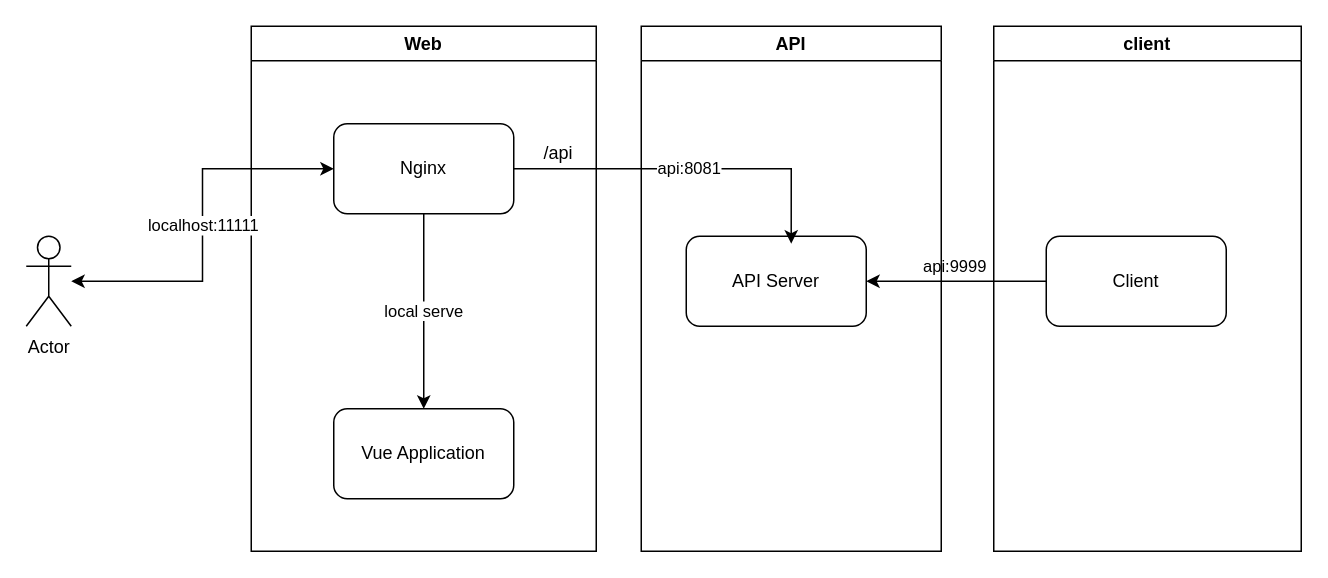
Earlier version of the draw.io diagram page "micro" (4 of 4) of docs/Demo Diagram.drawio (TheDarkTrumpet/docker-tcp-with-go). Source tidied: cells renumbered, new cells numbered last; positions are measured from the earlier drawing's top-left corner, leaving out a move shared by most shapes. Both pictures are drawn from the tidied source at 150%, with x=0, y=0 at pixel (26, 26).
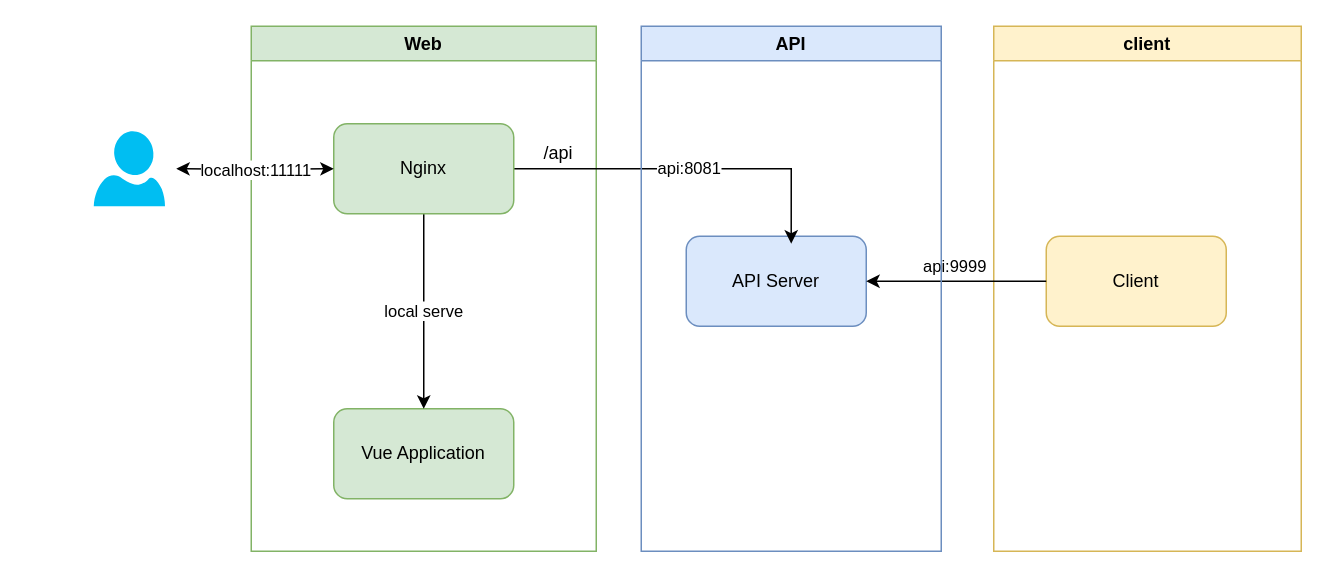
The same diagram, later.

Change to the diagram source:
```diff
@@
 <mxGraphModel>
   <root>
     <mxCell id="0" />
     <mxCell id="1" parent="0" />
-    <mxCell id="2" value="Web" style="swimlane;" parent="1" vertex="1">
+    <mxCell id="2" value="Web" style="swimlane;fillColor=#d5e8d4;strokeColor=#82b366;" parent="1" vertex="1">
       <mxGeometry x="150" width="230" height="350" as="geometry" />
     </mxCell>
-    <mxCell id="3" value="Vue Application" style="rounded=1;whiteSpace=wrap;html=1;" parent="2" vertex="1">
+    <mxCell id="3" value="Vue Application" style="rounded=1;whiteSpace=wrap;html=1;fillColor=#d5e8d4;strokeColor=#82b366;" parent="2" vertex="1">
       <mxGeometry x="55" y="255" width="120" height="60" as="geometry" />
     </mxCell>
-    <mxCell id="4" value="API Server" style="rounded=1;whiteSpace=wrap;html=1;" parent="2" vertex="1">
+    <mxCell id="4" value="API Server" style="rounded=1;whiteSpace=wrap;html=1;fillColor=#dae8fc;strokeColor=#6c8ebf;" parent="2" vertex="1">
       <mxGeometry x="290" y="140" width="120" height="60" as="geometry" />
     </mxCell>
     <mxCell id="5" value="local serve" style="edgeStyle=orthogonalEdgeStyle;rounded=0;jettySize=auto;html=1;startArrow=none;startFill=1;endArrow=classic;endFill=1;" parent="2" edge="1" source="7" target="3">
       <mxGeometry relative="1" as="geometry" />
     </mxCell>
     <mxCell id="6" value="api:8081" style="edgeStyle=orthogonalEdgeStyle;rounded=0;jettySize=auto;html=1;entryX=0.583;entryY=0.083;entryDx=0;entryDy=0;entryPerimeter=0;startArrow=none;startFill=0;endArrow=classic;endFill=1;" parent="2" edge="1" source="7" target="4">
       <mxGeometry relative="1" as="geometry" />
     </mxCell>
-    <mxCell id="7" value="Nginx" style="rounded=1;whiteSpace=wrap;html=1;" parent="2" vertex="1">
+    <mxCell id="7" value="Nginx" style="rounded=1;whiteSpace=wrap;html=1;fillColor=#d5e8d4;strokeColor=#82b366;" parent="2" vertex="1">
       <mxGeometry x="55" y="65" width="120" height="60" as="geometry" />
     </mxCell>
     <mxCell id="8" value="/api" style="text;html=1;strokeColor=none;fillColor=none;align=center;verticalAlign=middle;whiteSpace=wrap;rounded=0;" parent="2" vertex="1">
       <mxGeometry x="185" y="75" width="40" height="20" as="geometry" />
     </mxCell>
-    <mxCell id="9" value="client" style="swimlane;" parent="1" vertex="1">
+    <mxCell id="9" value="client" style="swimlane;fillColor=#fff2cc;strokeColor=#d6b656;" parent="1" vertex="1">
       <mxGeometry x="645" width="205" height="350" as="geometry" />
     </mxCell>
-    <mxCell id="10" value="Client" style="rounded=1;whiteSpace=wrap;html=1;" parent="9" vertex="1">
+    <mxCell id="10" value="Client" style="rounded=1;whiteSpace=wrap;html=1;fillColor=#fff2cc;strokeColor=#d6b656;" parent="9" vertex="1">
       <mxGeometry x="35" y="140" width="120" height="60" as="geometry" />
     </mxCell>
-    <mxCell id="11" value="localhost:11111" style="edgeStyle=orthogonalEdgeStyle;rounded=0;jettySize=auto;html=1;entryX=0;entryY=0.5;entryDx=0;entryDy=0;startArrow=classic;startFill=1;endArrow=classic;endFill=1;" parent="1" edge="1" source="12" target="7">
-      <mxGeometry relative="1" as="geometry" />
+    <mxCell id="11" value="localhost:11111" style="edgeStyle=orthogonalEdgeStyle;rounded=0;jettySize=auto;html=1;entryX=0;entryY=0.5;entryDx=0;entryDy=0;startArrow=classic;startFill=1;endArrow=classic;endFill=1;" parent="1" edge="1" target="7">
+      <mxGeometry relative="1" as="geometry">
+        <mxPoint x="100" y="95" as="sourcePoint" />
+      </mxGeometry>
     </mxCell>
-    <mxCell id="12" value="Actor" style="shape=umlActor;verticalLabelPosition=bottom;verticalAlign=top;html=1;outlineConnect=0;" parent="1" vertex="1">
-      <mxGeometry y="140" width="30" height="60" as="geometry" />
-    </mxCell>
     <mxCell id="13" value="api:9999" style="edgeStyle=orthogonalEdgeStyle;rounded=0;jettySize=auto;html=1;startArrow=none;startFill=0;endArrow=classic;endFill=1;" parent="1" edge="1" source="10" target="4">
       <mxGeometry x="0.02" y="-10" relative="1" as="geometry" />
     </mxCell>
-    <mxCell id="14" value="API" style="swimlane;" parent="1" vertex="1">
+    <mxCell id="14" value="API" style="swimlane;fillColor=#dae8fc;strokeColor=#6c8ebf;" parent="1" vertex="1">
       <mxGeometry x="410" width="200" height="350" as="geometry" />
     </mxCell>
+    <mxCell id="15" style="verticalLabelPosition=bottom;html=1;verticalAlign=top;align=center;strokeColor=none;fillColor=#00BEF2;shape=mxgraph.azure.user;" parent="1" vertex="1">
+      <mxGeometry x="45" y="70" width="47.5" height="50" as="geometry" />
+    </mxCell>
   </root>
 </mxGraphModel>
```
